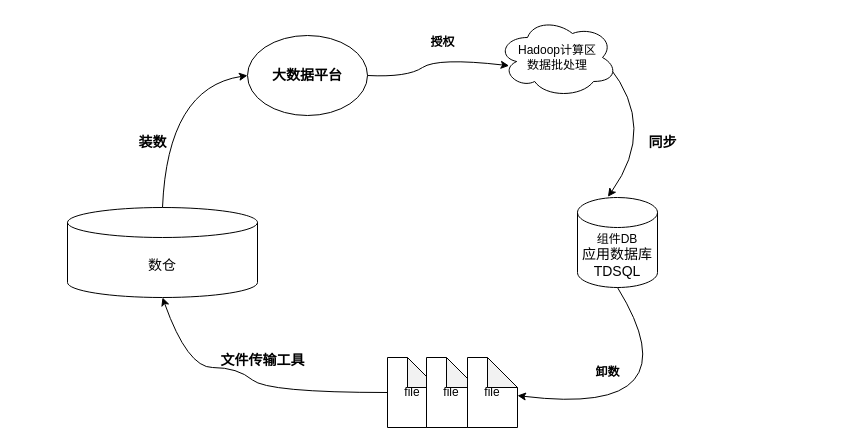
Above: 数据同步路径.drawio in beyondgogogo/Graph (draw.io), before the change. Source tidied: cells renumbered, new cells numbered last; positions are measured from the earlier drawing's top-left corner, leaving out a move shared by most shapes. Both pictures are drawn from the tidied source at 100%, with x=0, y=0 at pixel (67, 17).
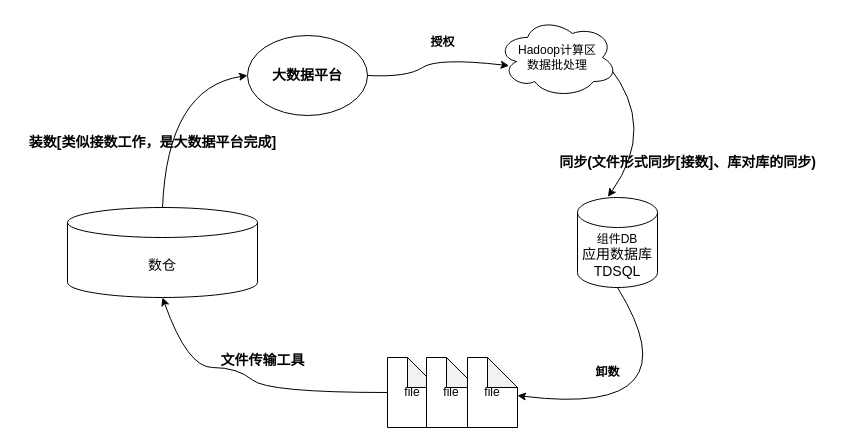
After the change.

Commit message:
更新数据同步路径.drawio

Diff of the diagram source:
```diff
@@
-    <mxCell id="15" value="&lt;font style=&quot;font-size: 14px;&quot;&gt;&lt;b&gt;同步&lt;/b&gt;&lt;/font&gt;" style="text;html=1;align=center;verticalAlign=middle;strokeColor=none;fillColor=none;" parent="1" vertex="1">
-      <mxGeometry x="570" y="110" width="50" height="30" as="geometry" />
+    <mxCell id="15" value="&lt;font style=&quot;font-size: 14px;&quot;&gt;&lt;b&gt;同步(文件形式同步[接数]、库对库的同步)&lt;/b&gt;&lt;/font&gt;" style="text;html=1;align=center;verticalAlign=middle;strokeColor=none;fillColor=none;" parent="1" vertex="1">
+      <mxGeometry x="480" y="130" width="280" height="30" as="geometry" />
     </mxCell>
-    <mxCell id="16" value="&lt;font style=&quot;font-size: 14px;&quot;&gt;&lt;b&gt;装数&lt;/b&gt;&lt;/font&gt;" style="text;html=1;align=center;verticalAlign=middle;strokeColor=none;fillColor=none;" parent="1" vertex="1">
-      <mxGeometry x="60" y="110" width="50" height="30" as="geometry" />
+    <mxCell id="16" value="&lt;font style=&quot;font-size: 14px;&quot;&gt;&lt;b&gt;装数[类似接数工作，是大数据平台完成]&lt;/b&gt;&lt;/font&gt;" style="text;html=1;align=center;verticalAlign=middle;strokeColor=none;fillColor=none;" parent="1" vertex="1">
+      <mxGeometry x="-50" y="110" width="270" height="30" as="geometry" />
     </mxCell>
```
